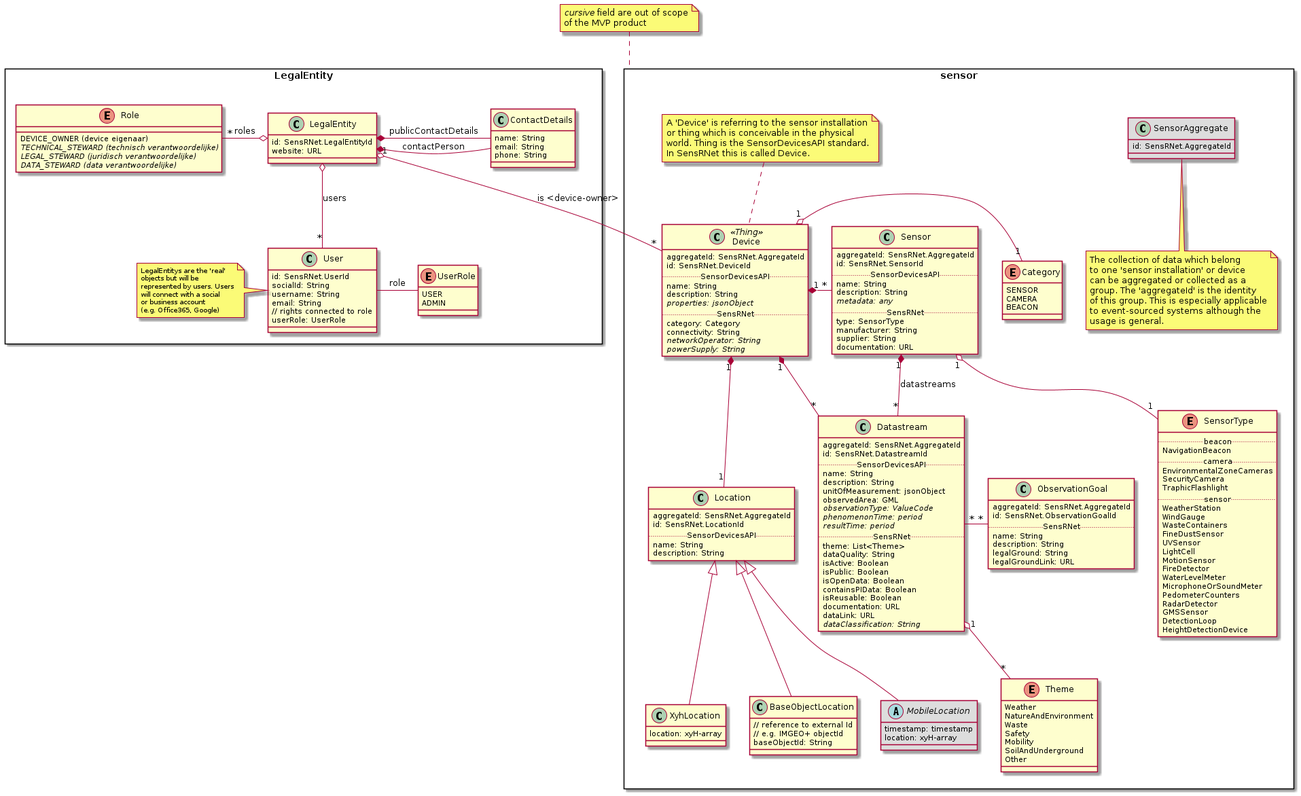
Above: docs/img/SensRNet-Datamodel-SensorView.png in kadaster-labs/sensrnet-home (PlantUML), before the change.
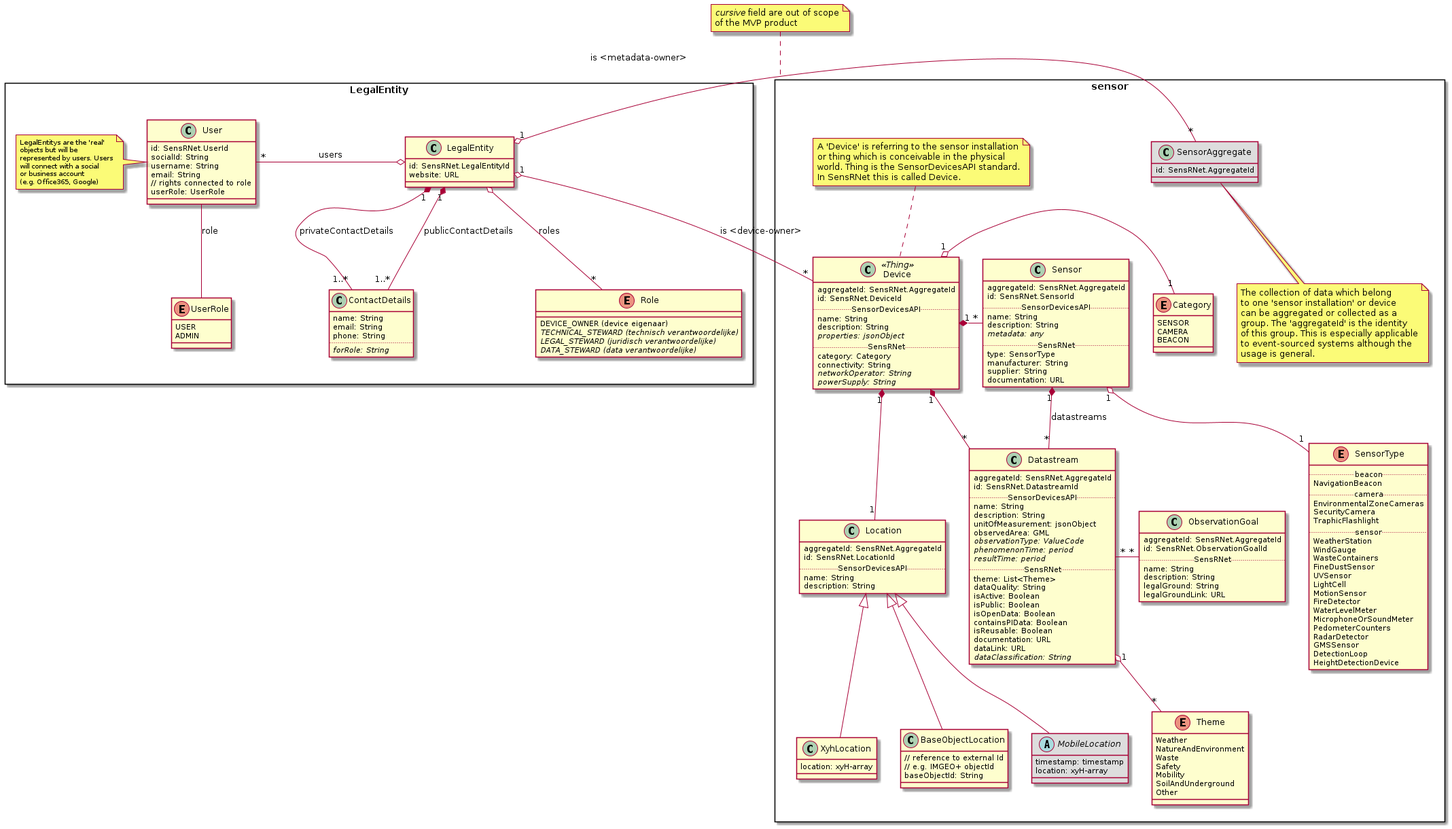
The same file after the commit.

Commit message:
contact details per role + metadata-owner

What changed in the source:
```diff
@@ -6,6 +6,8 @@
             name: String
             email: String
             phone: String
+            ..
+            {abstract} forRole: String
         }
 
         class LegalEntity {
@@ -13,8 +15,8 @@
             website: URL
         }
 
-        LegalEntity *- ContactDetails : contactPerson
-        LegalEntity *- ContactDetails : publicContactDetails
+        LegalEntity "1" *-- "1..*" ContactDetails : privateContactDetails
+        LegalEntity "1" *-- "1..*" ContactDetails : publicContactDetails
     }
 
     enum Role {
@@ -47,9 +49,9 @@
         ADMIN
     }
 
-    LegalEntity o-- "*" User : users
-    LegalEntity o- "*" Role : roles
-    User - UserRole : role
+    LegalEntity o- "*" User : users
+    LegalEntity o-- "*" Role : roles
+    User -- UserRole : role
 }
 
 package sensor <<Rectangle>> {
@@ -218,7 +220,8 @@
     Datastream "1" o-- "*" Theme
 }
 
-LegalEntity "1" o-- "*" Device : is <device-owner>
+LegalEntity "1" o- "*" Device : is <device-owner>
+LegalEntity "1" o- "*" SensorAggregate : is <metadata-owner>
 
 note top of sensor
     <i>cursive</i> field are out of scope
```
